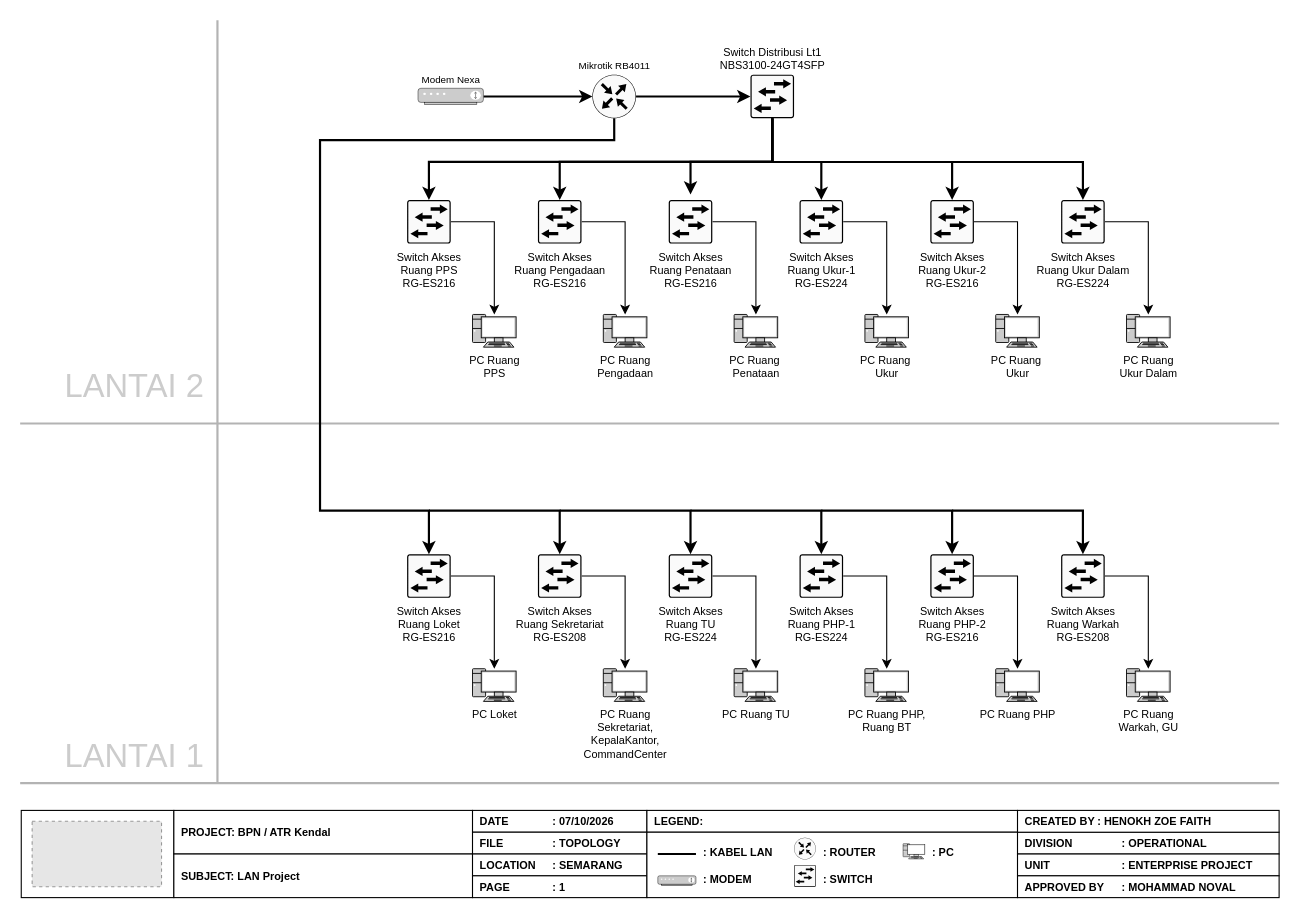
Earlier version of the draw.io diagram Topologi BPN/ATR Kendal.drawio (hnkzf/topologi-site). Source tidied: cells renumbered, new cells numbered last; positions are measured from the earlier drawing's top-left corner, leaving out a move shared by most shapes. Both pictures are drawn from the tidied source at 109%, with x=0, y=0 at pixel (20, 20). Pictures stored in the file or linked from it are replaced by grey dashed boxes.
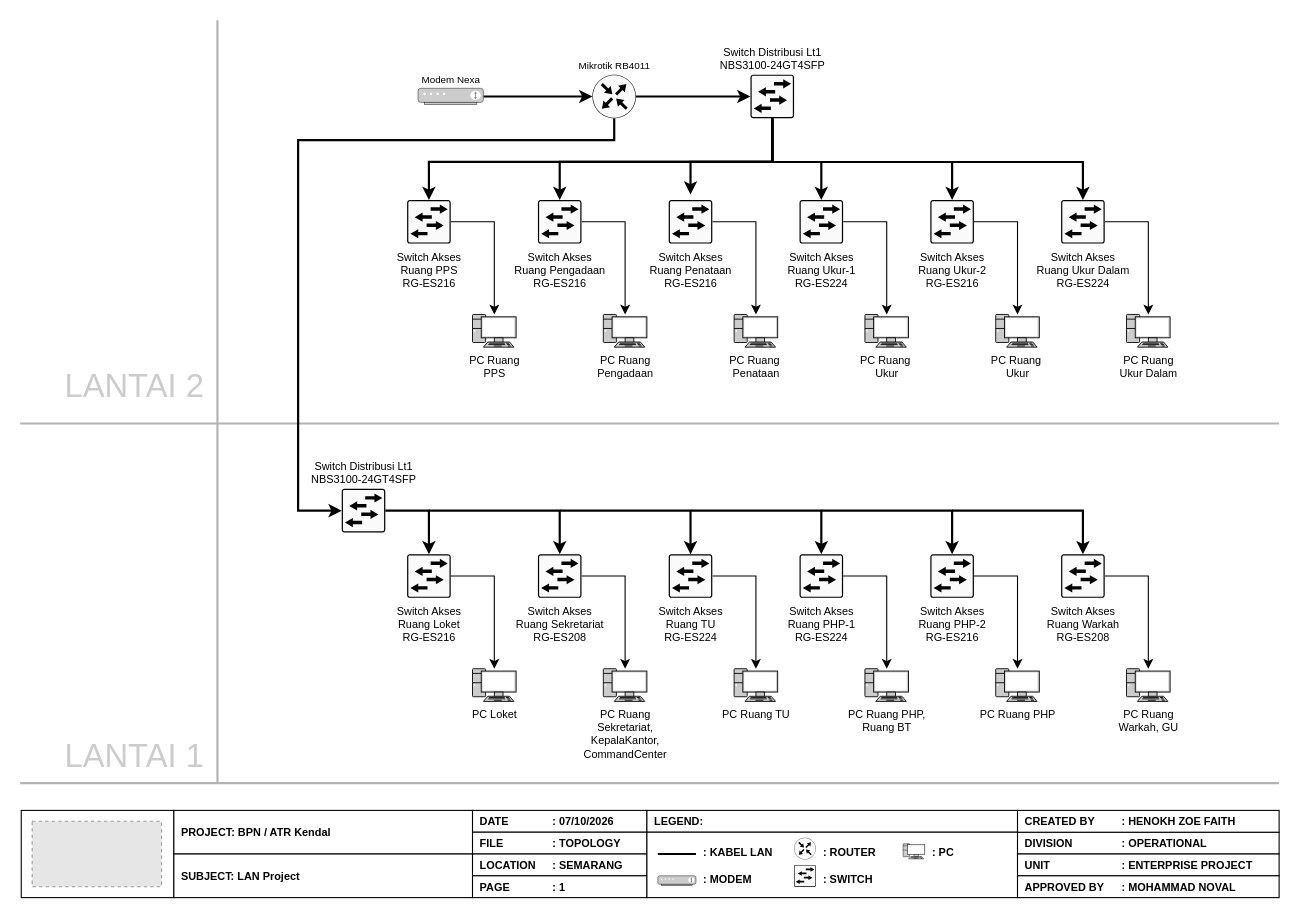
The same page after the edit.

Commit message:
Update Topologi BPN/ATR Kendal.drawio

The change refers to these unchanged cells:
```xml
<mxCell id="37" value="Mikrotik RB4011" style="sketch=0;points=[[0.5,0,0],[1,0.5,0],[0.5,1,0],[0,0.5,0],[0.145,0.145,0],[0.8555,0.145,0],[0.855,0.8555,0],[0.145,0.855,0]];verticalLabelPosition=top;html=1;verticalAlign=bottom;align=center;shape=mxgraph.cisco19.rect;prIcon=router;fillColor=#FAFAFA;strokeColor=#000000;fontColor=#000000;fontSize=9;labelPosition=center;" parent="1" vertex="1">
  <mxGeometry x="525" y="50" width="40" height="40" as="geometry" />
</mxCell>
<mxCell id="62" value="&lt;div&gt;Switch Akses&lt;/div&gt;&lt;div&gt;Ruang&amp;nbsp;Loket&lt;/div&gt;&lt;div&gt;RG-ES216&lt;/div&gt;" style="sketch=0;points=[[0.015,0.015,0],[0.985,0.015,0],[0.985,0.985,0],[0.015,0.985,0],[0.25,0,0],[0.5,0,0],[0.75,0,0],[1,0.25,0],[1,0.5,0],[1,0.75,0],[0.75,1,0],[0.5,1,0],[0.25,1,0],[0,0.75,0],[0,0.5,0],[0,0.25,0]];verticalLabelPosition=bottom;html=1;verticalAlign=top;align=center;shape=mxgraph.cisco19.rect;prIcon=l2_switch;fillColor=#FAFAFA;strokeColor=#000000;fontColor=#000000;fontSize=10;labelPosition=center;" parent="1" vertex="1">
  <mxGeometry x="355" y="490" width="40" height="40" as="geometry" />
</mxCell>
```

What changed in the source:
```diff
@@
-    <mxCell id="18" value="CREATED BY&lt;span style=&quot;white-space: pre;&quot;&gt;&#9;&lt;/span&gt;: HENOKH ZOE FAITH" style="rounded=0;whiteSpace=wrap;html=1;align=left;fontStyle=1;fontSize=10;spacingLeft=5;" parent="1" vertex="1">
+    <mxCell id="18" value="CREATED BY&amp;nbsp; &amp;nbsp; &amp;nbsp; &amp;nbsp;&lt;span style=&quot;white-space: pre;&quot;&gt;&#9;&lt;/span&gt;: HENOKH ZOE FAITH" style="rounded=0;whiteSpace=wrap;html=1;align=left;fontStyle=1;fontSize=10;spacingLeft=5;" parent="1" vertex="1">
       <mxGeometry x="915" y="725" width="240" height="20" as="geometry" />
     </mxCell>
@@
+    <mxCell id="84" style="edgeStyle=orthogonalEdgeStyle;rounded=0;jettySize=auto;html=1;strokeWidth=2;" parent="1" edge="1" source="37" target="85">
+      <mxGeometry relative="1" as="geometry">
+        <Array as="points">
+          <mxPoint x="545" y="110" />
+          <mxPoint x="255" y="110" />
+          <mxPoint x="255" y="450" />
+        </Array>
+      </mxGeometry>
+    </mxCell>
@@
-    <mxCell id="78" style="edgeStyle=orthogonalEdgeStyle;rounded=0;jettySize=auto;html=1;strokeWidth=2;" parent="1" edge="1" source="37" target="62">
-      <mxGeometry relative="1" as="geometry">
-        <Array as="points">
-          <mxPoint x="545" y="110.1" />
-          <mxPoint x="275.1" y="110.1" />
-          <mxPoint x="275.1" y="450" />
-          <mxPoint x="375" y="450" />
-        </Array>
-      </mxGeometry>
-    </mxCell>
@@
+    <mxCell id="85" value="&lt;div&gt;Switch Distribusi Lt1&lt;/div&gt;&lt;div&gt;NBS3100-24GT4SFP&lt;/div&gt;" style="sketch=0;points=[[0.015,0.015,0],[0.985,0.015,0],[0.985,0.985,0],[0.015,0.985,0],[0.25,0,0],[0.5,0,0],[0.75,0,0],[1,0.25,0],[1,0.5,0],[1,0.75,0],[0.75,1,0],[0.5,1,0],[0.25,1,0],[0,0.75,0],[0,0.5,0],[0,0.25,0]];verticalLabelPosition=top;html=1;verticalAlign=bottom;align=center;shape=mxgraph.cisco19.rect;prIcon=l2_switch;fillColor=#FAFAFA;strokeColor=#000000;fontColor=#000000;fontSize=10;labelPosition=center;" parent="1" vertex="1">
+      <mxGeometry x="295" y="430" width="40" height="40" as="geometry" />
+    </mxCell>
+    <mxCell id="86" style="edgeStyle=orthogonalEdgeStyle;rounded=0;jettySize=auto;html=1;strokeWidth=2;" parent="1" edge="1" source="85" target="62">
+      <mxGeometry relative="1" as="geometry" />
+    </mxCell>
```
